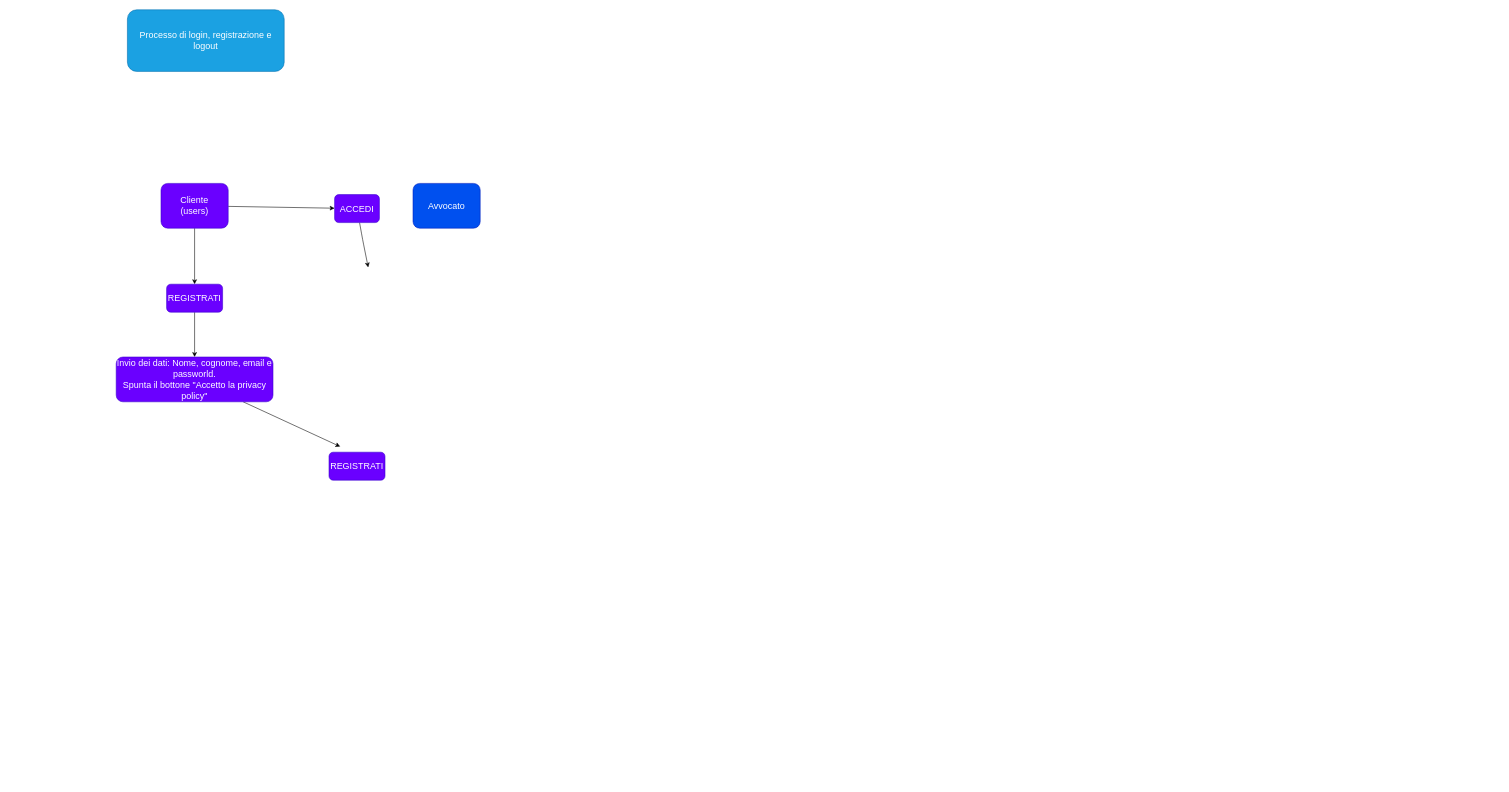
Earlier version of the draw.io diagram page "Page-2" (2 of 2) of diagramma.drawio (Christian677/STUDIOAVVOCATI-WEB). Source tidied: cells renumbered, new cells numbered last; positions are measured from the earlier drawing's top-left corner, leaving out a move shared by most shapes. Both pictures are drawn from the tidied source at 56%, with x=0, y=0 at pixel (116, 10).
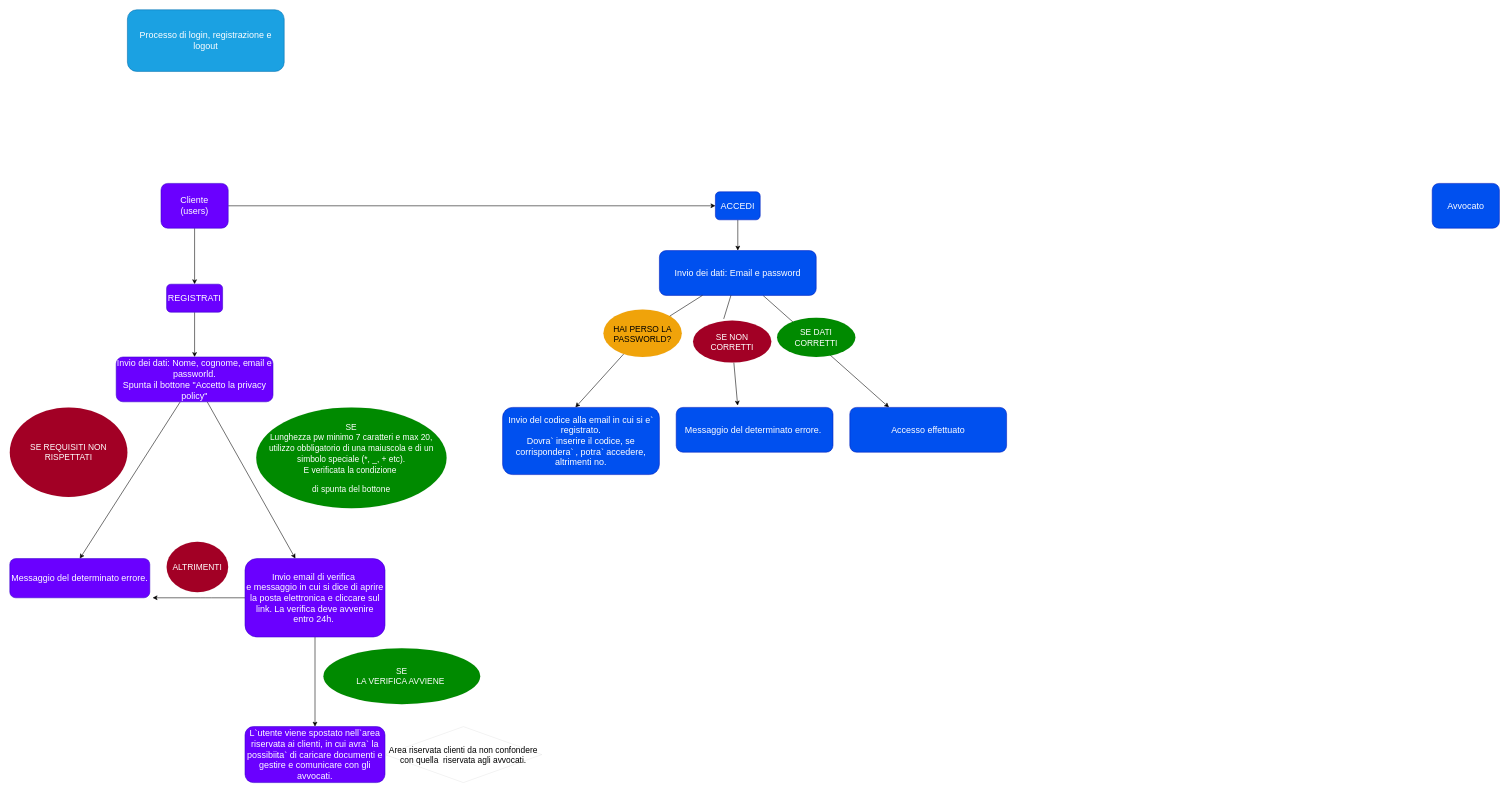
The same diagram, later.

What changed in the source:
```diff
@@
     <mxCell id="6" value="Avvocato" style="rounded=1;whiteSpace=wrap;html=1;fontSize=16;labelBorderColor=none;labelBackgroundColor=none;fillColor=#0050ef;strokeColor=#001DBC;fontColor=#ffffff;align=center;" parent="1" vertex="1">
-      <mxGeometry x="530" y="310" width="120" height="80" as="geometry" />
+      <mxGeometry x="2350" y="310" width="120" height="80" as="geometry" />
     </mxCell>
-    <mxCell id="7" style="edgeStyle=none;html=1;" parent="1" edge="1" source="8">
-      <mxGeometry relative="1" as="geometry">
-        <mxPoint x="450" y="460" as="targetPoint" />
-        <Array as="points">
-          <mxPoint x="440" y="410" />
-        </Array>
-      </mxGeometry>
-    </mxCell>
+    <mxCell id="15" style="edgeStyle=none;html=1;fontSize=15;" parent="1" edge="1" source="8" target="30">
+      <mxGeometry relative="1" as="geometry" />
+    </mxCell>
-    <mxCell id="8" value="ACCEDI" style="rounded=1;whiteSpace=wrap;html=1;fontSize=16;labelBorderColor=none;labelBackgroundColor=none;fillColor=#6a00ff;strokeColor=#3700CC;fontColor=#ffffff;align=center;" parent="1" vertex="1">
-      <mxGeometry x="390" y="330" width="80" height="50" as="geometry" />
+    <mxCell id="8" value="ACCEDI" style="rounded=1;whiteSpace=wrap;html=1;fontSize=16;labelBorderColor=none;labelBackgroundColor=none;fillColor=#0050ef;strokeColor=#001DBC;fontColor=#ffffff;align=center;" parent="1" vertex="1">
+      <mxGeometry x="1070" y="325" width="80" height="50" as="geometry" />
     </mxCell>
@@
     <mxCell id="11" style="edgeStyle=none;html=1;" parent="1" edge="1" source="12">
       <mxGeometry relative="1" as="geometry">
-        <mxPoint x="400" y="780" as="targetPoint" />
+        <mxPoint x="320" y="980" as="targetPoint" />
       </mxGeometry>
     </mxCell>
+    <mxCell id="16" style="edgeStyle=none;html=1;fontSize=15;entryX=0.5;entryY=0;entryDx=0;entryDy=0;" parent="1" edge="1" source="12" target="19">
+      <mxGeometry relative="1" as="geometry" />
+    </mxCell>
-    <mxCell id="12" value="Invio dei dati: Nome, cognome, email e passworld.&lt;br&gt;Spunta il bottone &quot;Accetto la privacy policy&quot;" style="rounded=1;whiteSpace=wrap;html=1;fontSize=16;labelBorderColor=none;labelBackgroundColor=none;fillColor=#6a00ff;strokeColor=#3700CC;fontColor=#ffffff;align=center;" parent="1" vertex="1">
+    <mxCell id="12" value="Invio dei dati: Nome, cognome, email e passworld.&lt;br&gt;Spunta il bottone &quot;Accetto la privacy policy&quot;&lt;br&gt;" style="rounded=1;whiteSpace=wrap;html=1;fontSize=16;labelBorderColor=none;labelBackgroundColor=none;fillColor=#6a00ff;strokeColor=#3700CC;fontColor=#ffffff;align=center;" parent="1" vertex="1">
       <mxGeometry y="620" width="280" height="80" as="geometry" />
     </mxCell>
@@
-    <mxCell id="14" value="REGISTRATI" style="rounded=1;whiteSpace=wrap;html=1;fontSize=16;labelBorderColor=none;labelBackgroundColor=none;fillColor=#6a00ff;strokeColor=#3700CC;fontColor=#ffffff;align=center;" parent="1" vertex="1">
-      <mxGeometry x="380" y="790" width="100" height="50" as="geometry" />
-    </mxCell>
+    <mxCell id="17" value="&lt;p style=&quot;line-height: 1.3 ; font-size: 15px&quot;&gt;SE&lt;br&gt;Lunghezza pw minimo 7 caratteri e max 20, utilizzo obbligatorio di una maiuscola e di un simbolo speciale (*, _, + etc).&lt;br&gt;E verificata la condizione&amp;nbsp;&lt;/p&gt;&lt;p style=&quot;line-height: 1.3 ; font-size: 15px&quot;&gt;di spunta del bottone&lt;/p&gt;" style="ellipse;whiteSpace=wrap;html=1;fillColor=#008a00;fontColor=#ffffff;strokeColor=#005700;strokeWidth=0;perimeterSpacing=2;" parent="1" vertex="1">
+      <mxGeometry x="250" y="710" width="340" height="180" as="geometry" />
+    </mxCell>
+    <mxCell id="18" value="SE REQUISITI NON RISPETTATI" style="ellipse;whiteSpace=wrap;html=1;fontSize=15;strokeWidth=0;fillColor=#a20025;fontColor=#ffffff;strokeColor=#6F0000;" parent="1" vertex="1">
+      <mxGeometry x="-190" y="710" width="210" height="160" as="geometry" />
+    </mxCell>
+    <mxCell id="19" value="Messaggio del determinato errore." style="rounded=1;whiteSpace=wrap;html=1;fontSize=16;labelBorderColor=none;labelBackgroundColor=none;fillColor=#6a00ff;strokeColor=#3700CC;fontColor=#ffffff;align=center;" parent="1" vertex="1">
+      <mxGeometry x="-190" y="980" width="250" height="70" as="geometry" />
+    </mxCell>
+    <mxCell id="20" style="edgeStyle=none;html=1;fontSize=15;entryX=0.5;entryY=0;entryDx=0;entryDy=0;" parent="1" edge="1" source="22" target="23">
+      <mxGeometry relative="1" as="geometry" />
+    </mxCell>
+    <mxCell id="21" style="edgeStyle=none;html=1;fontSize=15;" parent="1" edge="1" source="22">
+      <mxGeometry relative="1" as="geometry">
+        <mxPoint x="65" y="1050" as="targetPoint" />
+        <Array as="points">
+          <mxPoint x="160" y="1050" />
+        </Array>
+      </mxGeometry>
+    </mxCell>
+    <mxCell id="22" value="Invio email di verifica&amp;nbsp;&lt;br&gt;e messaggio in cui si dice di aprire la posta elettronica e cliccare sul link. La verifica deve avvenire entro 24h.&amp;nbsp;" style="rounded=1;whiteSpace=wrap;html=1;fontSize=16;labelBorderColor=none;labelBackgroundColor=none;fillColor=#6a00ff;strokeColor=#3700CC;fontColor=#ffffff;align=center;" parent="1" vertex="1">
+      <mxGeometry x="230" y="980" width="250" height="140" as="geometry" />
+    </mxCell>
+    <mxCell id="23" value="L`utente viene spostato nell`area riservata ai clienti, in cui avra` la possibiita` di caricare documenti e gestire e comunicare con gli avvocati." style="rounded=1;whiteSpace=wrap;html=1;fontSize=16;labelBorderColor=none;labelBackgroundColor=none;fillColor=#6a00ff;strokeColor=#3700CC;fontColor=#ffffff;align=center;" parent="1" vertex="1">
+      <mxGeometry x="230" y="1280" width="250" height="100" as="geometry" />
+    </mxCell>
+    <mxCell id="24" value="&lt;font style=&quot;font-size: 15px&quot;&gt;SE&lt;br&gt;LA VERIFICA AVVIENE&amp;nbsp;&lt;br&gt;&lt;/font&gt;" style="ellipse;whiteSpace=wrap;html=1;fillColor=#008a00;fontColor=#ffffff;strokeColor=#005700;strokeWidth=0;perimeterSpacing=2;" parent="1" vertex="1">
+      <mxGeometry x="370" y="1140" width="280" height="100" as="geometry" />
+    </mxCell>
+    <mxCell id="25" value="ALTRIMENTI" style="ellipse;whiteSpace=wrap;html=1;fontSize=15;strokeWidth=0;fillColor=#a20025;fontColor=#ffffff;strokeColor=#6F0000;" parent="1" vertex="1">
+      <mxGeometry x="90" y="950" width="110" height="90" as="geometry" />
+    </mxCell>
+    <mxCell id="26" value="Area riservata clienti da non confondere con quella&amp;nbsp; riservata agli avvocati." style="rhombus;whiteSpace=wrap;html=1;fontSize=15;strokeWidth=0;" parent="1" vertex="1">
+      <mxGeometry x="480" y="1280" width="280" height="100" as="geometry" />
+    </mxCell>
+    <mxCell id="27" style="edgeStyle=none;html=1;fontSize=15;entryX=0.392;entryY=-0.041;entryDx=0;entryDy=0;entryPerimeter=0;startArrow=none;" parent="1" edge="1" source="34" target="32">
+      <mxGeometry relative="1" as="geometry" />
+    </mxCell>
+    <mxCell id="28" style="edgeStyle=none;html=1;fontSize=15;entryX=0.25;entryY=0;entryDx=0;entryDy=0;" parent="1" edge="1" source="30" target="33">
+      <mxGeometry relative="1" as="geometry" />
+    </mxCell>
+    <mxCell id="29" style="edgeStyle=none;html=1;fontSize=15;startArrow=none;" parent="1" edge="1" source="36">
+      <mxGeometry relative="1" as="geometry">
+        <mxPoint x="820" y="710" as="targetPoint" />
+      </mxGeometry>
+    </mxCell>
+    <mxCell id="30" value="Invio dei dati: Email e password" style="rounded=1;whiteSpace=wrap;html=1;fontSize=16;labelBorderColor=none;labelBackgroundColor=none;fillColor=#0050ef;strokeColor=#001DBC;fontColor=#ffffff;align=center;" parent="1" vertex="1">
+      <mxGeometry x="970" y="430" width="280" height="80" as="geometry" />
+    </mxCell>
+    <mxCell id="31" value="SE DATI CORRETTI" style="ellipse;whiteSpace=wrap;html=1;fontSize=15;strokeWidth=0;fillColor=#008a00;fontColor=#ffffff;strokeColor=#005700;" parent="1" vertex="1">
+      <mxGeometry x="1180" y="550" width="140" height="70" as="geometry" />
+    </mxCell>
+    <mxCell id="32" value="Messaggio del determinato errore.&amp;nbsp;" style="rounded=1;whiteSpace=wrap;html=1;fontSize=16;labelBorderColor=none;labelBackgroundColor=none;fillColor=#0050ef;strokeColor=#001DBC;fontColor=#ffffff;align=center;" parent="1" vertex="1">
+      <mxGeometry x="1000" y="710" width="280" height="80" as="geometry" />
+    </mxCell>
+    <mxCell id="33" value="Accesso effettuato" style="rounded=1;whiteSpace=wrap;html=1;fontSize=16;labelBorderColor=none;labelBackgroundColor=none;fillColor=#0050ef;strokeColor=#001DBC;fontColor=#ffffff;align=center;" parent="1" vertex="1">
+      <mxGeometry x="1310" y="710" width="280" height="80" as="geometry" />
+    </mxCell>
+    <mxCell id="34" value="SE NON CORRETTI" style="ellipse;whiteSpace=wrap;html=1;fontSize=15;strokeWidth=0;fillColor=#a20025;fontColor=#ffffff;strokeColor=#6F0000;" parent="1" vertex="1">
+      <mxGeometry x="1030" y="555" width="140" height="75" as="geometry" />
+    </mxCell>
+    <mxCell id="35" style="edgeStyle=none;html=1;fontSize=15;entryX=0.392;entryY=-0.041;entryDx=0;entryDy=0;entryPerimeter=0;endArrow=none;" parent="1" edge="1" source="30" target="34">
+      <mxGeometry relative="1" as="geometry" />
+    </mxCell>
+    <mxCell id="36" value="HAI PERSO LA PASSWORLD?" style="ellipse;whiteSpace=wrap;html=1;fontSize=15;strokeWidth=0;fillColor=#f0a30a;fontColor=#000000;strokeColor=#BD7000;" parent="1" vertex="1">
+      <mxGeometry x="870" y="535" width="140" height="85" as="geometry" />
+    </mxCell>
+    <mxCell id="37" style="edgeStyle=none;html=1;fontSize=15;endArrow=none;" parent="1" edge="1" source="30" target="36">
+      <mxGeometry relative="1" as="geometry" />
+    </mxCell>
+    <mxCell id="38" value="Invio del codice alla email in cui si e` registrato.&lt;br&gt;Dovra` inserire il codice, se corrispondera`&lt;span style=&quot;white-space: pre&quot;&gt;&#9;&lt;/span&gt;, potra` accedere, altrimenti no." style="rounded=1;whiteSpace=wrap;html=1;fontSize=16;labelBorderColor=none;labelBackgroundColor=none;fillColor=#0050ef;strokeColor=#001DBC;fontColor=#ffffff;align=center;" parent="1" vertex="1">
+      <mxGeometry x="690" y="710" width="280" height="120" as="geometry" />
+    </mxCell>
```
